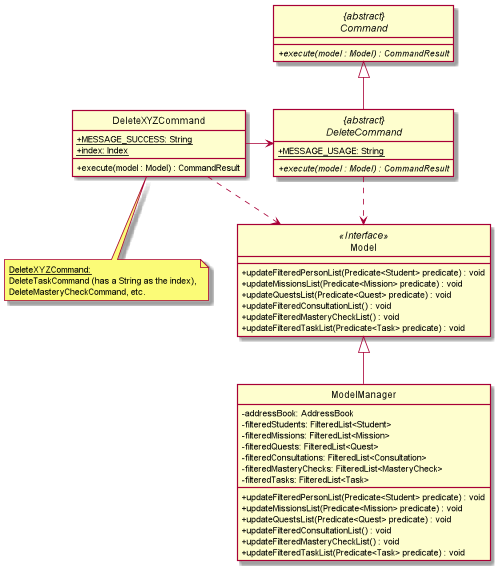
The PlantUML diagram docs/images/DeleteCommandClassDiagram.png in wireseo/tp, before a commit. The source it was exported from:
```plantuml
@startuml
skinparam backgroundColor #ffffff
skinparam classAttributeIconSize 0
hide circle

abstract class "{abstract}\nCommand" {
    + {abstract} execute(model : Model) : CommandResult
}

class Model <<Interface>> {
    + updateFilteredPersonList(Predicate<Student> predicate) : void
    + updateMissionsList(Predicate<Mission> predicate) : void
    + updateQuestsList(Predicate<Quest> predicate) : void
    + updateFilteredConsultationList() : void
    + updateFilteredMasteryCheckList() : void
    + updateFilteredTaskList(Predicate<Task> predicate) : void
}

class ModelManager {
    - addressBook: AddressBook
    - filteredStudents: FilteredList<Student>
    - filteredMissions: FilteredList<Mission>
    - filteredQuests: FilteredList<Quest>
    - filteredConsultations: FilteredList<Consultation>
    - filteredMasteryChecks: FilteredList<MasteryCheck>
    - filteredTasks: FilteredList<Task>

    + updateFilteredPersonList(Predicate<Student> predicate) : void
    + updateMissionsList(Predicate<Mission> predicate) : void
    + updateQuestsList(Predicate<Quest> predicate) : void
    + updateFilteredConsultationList() : void
    + updateFilteredMasteryCheckList() : void
    + updateFilteredTaskList(Predicate<Task> predicate) : void
}

abstract class "{abstract}\nDeleteCommand"{
    + {static} MESSAGE_USAGE: String

    + {abstract} execute(model : Model) : CommandResult
}

class DeleteXYZCommand {
    + {static} MESSAGE_SUCCESS: String
    + {static} index: Index


    + execute(model : Model) : CommandResult
}


note as N1
  <size: 11><u>DeleteXYZCommand:</size>
  <size: 11>DeleteTaskCommand (has a String as the index),</size>
  <size: 11>DeleteMasteryCheckCommand, etc.</size>
end note

N1 .up. DeleteXYZCommand

"{abstract}\nDeleteCommand" ..> Model
"{abstract}\nDeleteCommand" --up|> "{abstract}\nCommand"
DeleteXYZCommand -> "{abstract}\nDeleteCommand"
"DeleteXYZCommand" ..> Model
ModelManager --up|> Model
@enduml
```
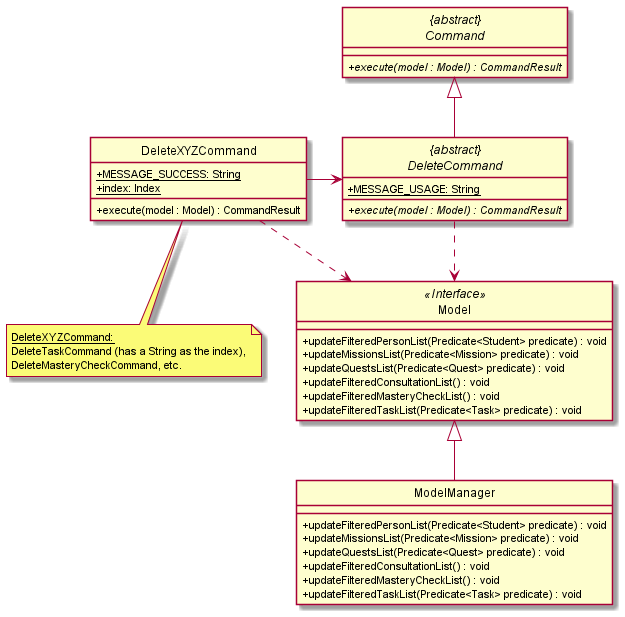
After the change.

What changed in the source:
```diff
@@ -17,14 +17,6 @@
 }
 
 class ModelManager {
-    - addressBook: AddressBook
-    - filteredStudents: FilteredList<Student>
-    - filteredMissions: FilteredList<Mission>
-    - filteredQuests: FilteredList<Quest>
-    - filteredConsultations: FilteredList<Consultation>
-    - filteredMasteryChecks: FilteredList<MasteryCheck>
-    - filteredTasks: FilteredList<Task>
-
     + updateFilteredPersonList(Predicate<Student> predicate) : void
     + updateMissionsList(Predicate<Mission> predicate) : void
     + updateQuestsList(Predicate<Quest> predicate) : void
```
